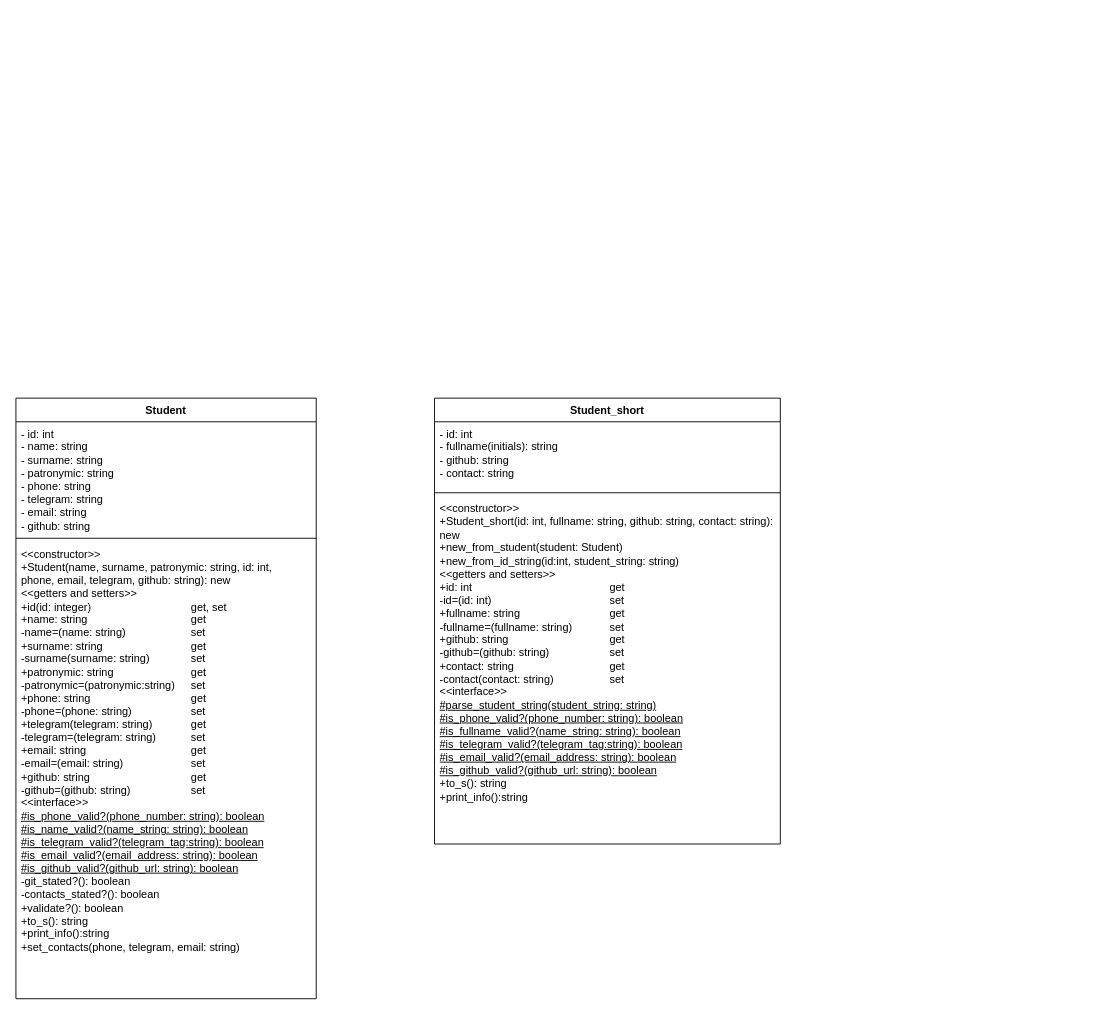
Earlier version of the draw.io diagram Lab-2 - Kernel_classes_and_models/Диаграмма_классов.drawio (SerenityFlaim/Design-Patterns). Source tidied: cells renumbered, new cells numbered last; positions are measured from the earlier drawing's top-left corner, leaving out a move shared by most shapes. Both pictures are drawn from the tidied source at 91%, with x=0, y=0 at pixel (15, 398).
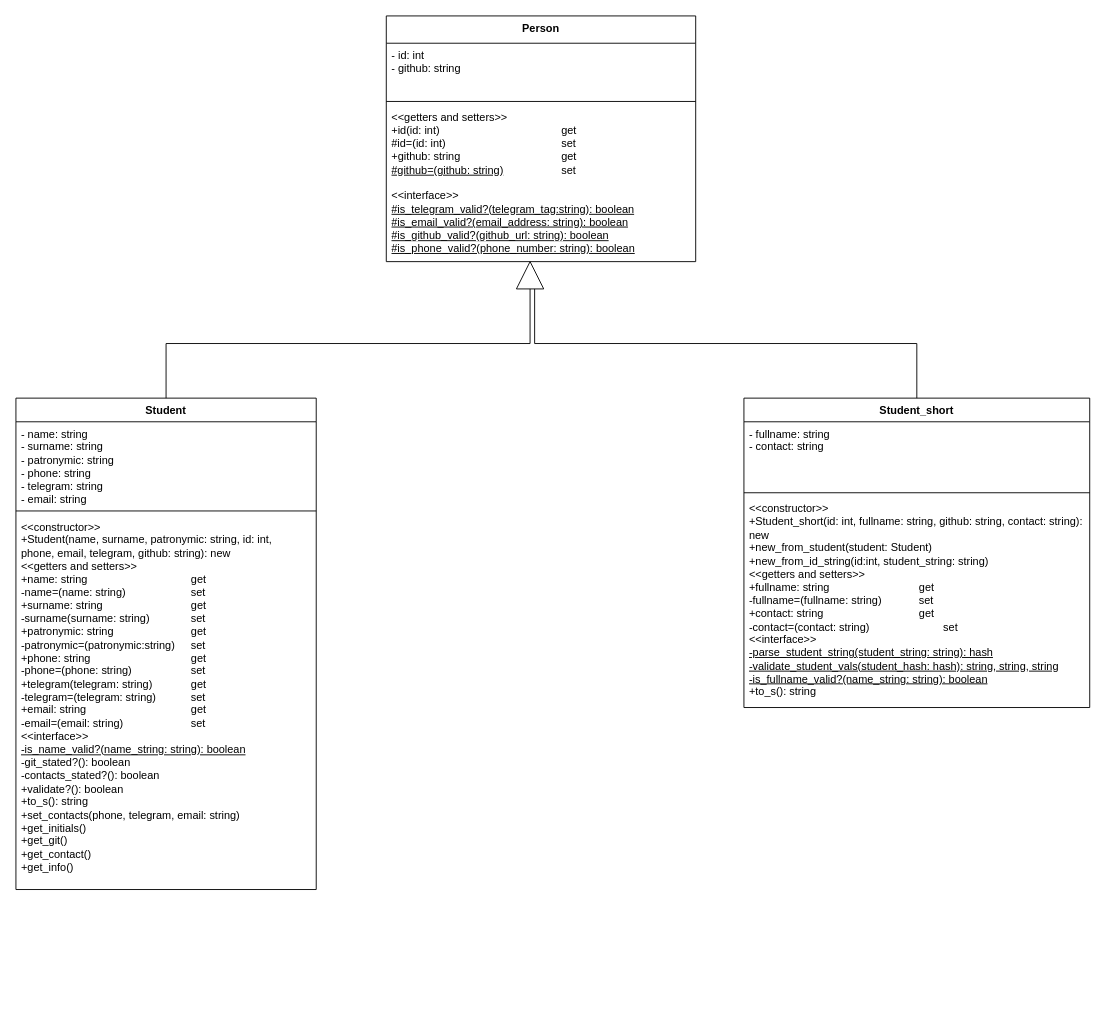
The same page after the edit.

Commit message (it also covers changes not shown here):
task_2.5 - global code refactoring via Person superclass + diagrams updated

Diff of the diagram source:
```diff
@@
 <mxGraphModel>
   <root>
     <mxCell id="0" />
     <mxCell id="1" parent="0" />
     <mxCell id="2" value="Student" style="swimlane;fontStyle=1;align=center;verticalAlign=top;horizontal=1;startSize=26;whiteSpace=wrap;html=1;" parent="1" vertex="1">
-      <mxGeometry width="330" height="660" as="geometry" />
+      <mxGeometry width="330" height="540" as="geometry" />
     </mxCell>
-    <mxCell id="3" value="- id: int&lt;div&gt;- name: string&lt;/div&gt;&lt;div&gt;- surname: string&lt;/div&gt;&lt;div&gt;- patronymic: string&lt;/div&gt;&lt;div&gt;- phone: string&lt;/div&gt;&lt;div&gt;- telegram: string&lt;/div&gt;&lt;div&gt;- email: string&lt;/div&gt;&lt;div&gt;- github: string&lt;/div&gt;" style="text;strokeColor=none;fillColor=none;align=left;verticalAlign=top;spacingLeft=4;spacingRight=4;overflow=hidden;whiteSpace=wrap;html=1;" parent="2" vertex="1">
-      <mxGeometry y="26" width="330" height="124" as="geometry" />
+    <mxCell id="3" value="&lt;div&gt;- name: string&lt;/div&gt;&lt;div&gt;- surname: string&lt;/div&gt;&lt;div&gt;- patronymic: string&lt;/div&gt;&lt;div&gt;- phone: string&lt;/div&gt;&lt;div&gt;- telegram: string&lt;/div&gt;&lt;div&gt;- email: string&lt;/div&gt;" style="text;strokeColor=none;fillColor=none;align=left;verticalAlign=top;spacingLeft=4;spacingRight=4;overflow=hidden;whiteSpace=wrap;html=1;" parent="2" vertex="1">
+      <mxGeometry y="26" width="330" height="94" as="geometry" />
     </mxCell>
     <mxCell id="4" style="line;strokeWidth=1;fillColor=none;align=left;verticalAlign=middle;spacingTop=-1;spacingLeft=3;spacingRight=3;labelPosition=right;strokeColor=inherit;" parent="2" vertex="1">
-      <mxGeometry y="150" width="330" height="8" as="geometry" />
+      <mxGeometry y="120" width="330" height="8" as="geometry" />
     </mxCell>
-    <mxCell id="5" value="&amp;lt;&amp;lt;constructor&amp;gt;&amp;gt;&lt;div&gt;+Student(name, surname, patronymic: string, id: int,&amp;nbsp;&lt;/div&gt;&lt;div&gt;phone, email, telegram, github: string): new&lt;/div&gt;&lt;div&gt;&amp;lt;&amp;lt;getters and setters&amp;gt;&amp;gt;&lt;/div&gt;&lt;div&gt;+id(id: integer)&lt;span style=&quot;white-space: pre;&quot;&gt;&#9;&lt;/span&gt;&lt;span style=&quot;white-space: pre;&quot;&gt;&#9;&lt;span style=&quot;white-space: pre;&quot;&gt;&#9;&lt;/span&gt;&lt;span style=&quot;white-space: pre;&quot;&gt;&#9;&lt;span style=&quot;white-space: pre;&quot;&gt;&#9;&lt;/span&gt;&lt;/span&gt;&lt;/span&gt;get, set&lt;/div&gt;&lt;div&gt;+name: string&lt;span style=&quot;white-space: pre;&quot;&gt;&#9;&lt;/span&gt;&lt;span style=&quot;white-space: pre;&quot;&gt;&#9;&lt;span style=&quot;white-space: pre;&quot;&gt;&#9;&lt;/span&gt;&lt;span style=&quot;white-space: pre;&quot;&gt;&#9;&lt;span style=&quot;white-space: pre;&quot;&gt;&#9;&lt;/span&gt;&lt;/span&gt;&lt;/span&gt;get&lt;/div&gt;&lt;div&gt;-name=(name: string)&lt;span style=&quot;white-space: pre;&quot;&gt;&#9;&lt;/span&gt;&lt;span style=&quot;white-space: pre;&quot;&gt;&#9;&lt;span style=&quot;white-space: pre;&quot;&gt;&#9;&lt;/span&gt;&lt;/span&gt;set&lt;/div&gt;&lt;div&gt;+surname: string&lt;span style=&quot;white-space: pre;&quot;&gt;&#9;&lt;/span&gt;&lt;span style=&quot;white-space: pre;&quot;&gt;&#9;&lt;/span&gt;&lt;span style=&quot;white-space: pre;&quot;&gt;&#9;&lt;span style=&quot;white-space: pre;&quot;&gt;&#9;&lt;/span&gt;&lt;/span&gt;get&lt;/div&gt;&lt;div&gt;-surname(surname: string)&lt;span style=&quot;white-space: pre;&quot;&gt;&#9;&lt;span style=&quot;white-space: pre;&quot;&gt;&#9;&lt;/span&gt;&lt;/span&gt;set&lt;/div&gt;&lt;div&gt;+patronymic: string&lt;span style=&quot;white-space: pre;&quot;&gt;&#9;&lt;/span&gt;&lt;span style=&quot;white-space: pre;&quot;&gt;&#9;&lt;/span&gt;&lt;span style=&quot;white-space: pre;&quot;&gt;&#9;&lt;span style=&quot;white-space: pre;&quot;&gt;&#9;&lt;/span&gt;&lt;/span&gt;get&lt;/div&gt;&lt;div&gt;-patronymic=(patronymic:string)&lt;span style=&quot;white-space: pre;&quot;&gt;&#9;&lt;/span&gt;set&lt;/div&gt;&lt;div&gt;+phone: string&lt;span style=&quot;white-space: pre;&quot;&gt;&#9;&lt;/span&gt;&lt;span style=&quot;white-space: pre;&quot;&gt;&#9;&lt;/span&gt;&lt;span style=&quot;white-space: pre;&quot;&gt;&#9;&lt;/span&gt;&lt;span style=&quot;white-space: pre;&quot;&gt;&#9;&lt;/span&gt;&lt;span style=&quot;white-space: pre;&quot;&gt;&#9;&lt;/span&gt;get&lt;/div&gt;&lt;div&gt;-phone=(phone: string)&lt;span style=&quot;white-space: pre;&quot;&gt;&#9;&lt;/span&gt;&lt;span style=&quot;white-space: pre;&quot;&gt;&#9;&lt;/span&gt;&lt;span style=&quot;white-space: pre;&quot;&gt;&#9;&lt;/span&gt;set&lt;/div&gt;&lt;div&gt;+telegram(telegram: string)&lt;span style=&quot;white-space: pre;&quot;&gt;&#9;&lt;/span&gt;&lt;span style=&quot;white-space: pre;&quot;&gt;&#9;&lt;/span&gt;get&lt;/div&gt;&lt;div&gt;-telegram=(telegram: string)&lt;span style=&quot;white-space: pre;&quot;&gt;&#9;&lt;/span&gt;&lt;span style=&quot;white-space: pre;&quot;&gt;&#9;&lt;/span&gt;set&lt;/div&gt;&lt;div&gt;+email: string&lt;span style=&quot;white-space: pre;&quot;&gt;&#9;&lt;/span&gt;&lt;span style=&quot;white-space: pre;&quot;&gt;&#9;&lt;/span&gt;&lt;span style=&quot;white-space: pre;&quot;&gt;&#9;&lt;/span&gt;&lt;span style=&quot;white-space: pre;&quot;&gt;&#9;&lt;/span&gt;&lt;span style=&quot;white-space: pre;&quot;&gt;&#9;&lt;/span&gt;get&lt;/div&gt;&lt;div&gt;-email=(email: string)&lt;span style=&quot;white-space: pre;&quot;&gt;&#9;&lt;/span&gt;&lt;span style=&quot;white-space: pre;&quot;&gt;&#9;&lt;/span&gt;&lt;span style=&quot;white-space: pre;&quot;&gt;&#9;&lt;/span&gt;set&lt;/div&gt;&lt;div&gt;+github: string&lt;span style=&quot;white-space: pre;&quot;&gt;&#9;&lt;/span&gt;&lt;span style=&quot;white-space: pre;&quot;&gt;&#9;&lt;/span&gt;&lt;span style=&quot;white-space: pre;&quot;&gt;&#9;&lt;/span&gt;&lt;span style=&quot;white-space: pre;&quot;&gt;&#9;&lt;/span&gt;&lt;span style=&quot;white-space: pre;&quot;&gt;&#9;&lt;/span&gt;get&lt;/div&gt;&lt;div&gt;-github=(github: string)&lt;span style=&quot;white-space: pre;&quot;&gt;&#9;&lt;/span&gt;&lt;span style=&quot;white-space: pre;&quot;&gt;&#9;&lt;/span&gt;&lt;span style=&quot;white-space: pre;&quot;&gt;&#9;&lt;/span&gt;set&lt;/div&gt;&lt;div&gt;&amp;lt;&amp;lt;interface&amp;gt;&amp;gt;&lt;/div&gt;&lt;div&gt;&lt;u&gt;#is_phone_valid?(phone_number: string): boolean&lt;/u&gt;&lt;/div&gt;&lt;div&gt;&lt;u&gt;#is_name_valid?(name_string: string): boolean&lt;/u&gt;&lt;/div&gt;&lt;div&gt;&lt;u&gt;#is_telegram_valid?(telegram_tag:string): boolean&lt;/u&gt;&lt;/div&gt;&lt;div&gt;&lt;u&gt;#is_email_valid?(email_address: string): boolean&lt;/u&gt;&lt;/div&gt;&lt;div&gt;&lt;u&gt;#is_github_valid?(github_url: string): boolean&lt;/u&gt;&lt;/div&gt;&lt;div&gt;-git_stated?(): boolean&lt;/div&gt;&lt;div&gt;-contacts_stated?(): boolean&lt;/div&gt;&lt;div&gt;+validate?(): boolean&lt;/div&gt;&lt;div&gt;+to_s(): string&lt;/div&gt;&lt;div&gt;+print_info():string&lt;/div&gt;&lt;div&gt;+set_contacts(phone, telegram, email: string)&lt;/div&gt;&lt;div&gt;&amp;nbsp;&lt;/div&gt;" style="text;strokeColor=none;fillColor=none;align=left;verticalAlign=top;spacingLeft=4;spacingRight=4;overflow=hidden;whiteSpace=wrap;html=1;" parent="2" vertex="1">
-      <mxGeometry y="158" width="330" height="502" as="geometry" />
+    <mxCell id="5" value="&amp;lt;&amp;lt;constructor&amp;gt;&amp;gt;&lt;div&gt;+Student(name, surname, patronymic: string, id: int,&amp;nbsp;&lt;/div&gt;&lt;div&gt;phone, email, telegram, github: string): new&lt;/div&gt;&lt;div&gt;&amp;lt;&amp;lt;getters and setters&amp;gt;&amp;gt;&lt;/div&gt;&lt;div&gt;+name: string&lt;span style=&quot;white-space: pre;&quot;&gt;&#9;&lt;/span&gt;&lt;span style=&quot;white-space: pre;&quot;&gt;&#9;&lt;span style=&quot;white-space: pre;&quot;&gt;&#9;&lt;/span&gt;&lt;span style=&quot;white-space: pre;&quot;&gt;&#9;&lt;span style=&quot;white-space: pre;&quot;&gt;&#9;&lt;/span&gt;&lt;/span&gt;&lt;/span&gt;get&lt;/div&gt;&lt;div&gt;-name=(name: string)&lt;span style=&quot;white-space: pre;&quot;&gt;&#9;&lt;/span&gt;&lt;span style=&quot;white-space: pre;&quot;&gt;&#9;&lt;span style=&quot;white-space: pre;&quot;&gt;&#9;&lt;/span&gt;&lt;/span&gt;set&lt;/div&gt;&lt;div&gt;+surname: string&lt;span style=&quot;white-space: pre;&quot;&gt;&#9;&lt;/span&gt;&lt;span style=&quot;white-space: pre;&quot;&gt;&#9;&lt;/span&gt;&lt;span style=&quot;white-space: pre;&quot;&gt;&#9;&lt;span style=&quot;white-space: pre;&quot;&gt;&#9;&lt;/span&gt;&lt;/span&gt;get&lt;/div&gt;&lt;div&gt;-surname(surname: string)&lt;span style=&quot;white-space: pre;&quot;&gt;&#9;&lt;span style=&quot;white-space: pre;&quot;&gt;&#9;&lt;/span&gt;&lt;/span&gt;set&lt;/div&gt;&lt;div&gt;+patronymic: string&lt;span style=&quot;white-space: pre;&quot;&gt;&#9;&lt;/span&gt;&lt;span style=&quot;white-space: pre;&quot;&gt;&#9;&lt;/span&gt;&lt;span style=&quot;white-space: pre;&quot;&gt;&#9;&lt;span style=&quot;white-space: pre;&quot;&gt;&#9;&lt;/span&gt;&lt;/span&gt;get&lt;/div&gt;&lt;div&gt;-patronymic=(patronymic:string)&lt;span style=&quot;white-space: pre;&quot;&gt;&#9;&lt;/span&gt;set&lt;/div&gt;&lt;div&gt;+phone: string&lt;span style=&quot;white-space: pre;&quot;&gt;&#9;&lt;/span&gt;&lt;span style=&quot;white-space: pre;&quot;&gt;&#9;&lt;/span&gt;&lt;span style=&quot;white-space: pre;&quot;&gt;&#9;&lt;/span&gt;&lt;span style=&quot;white-space: pre;&quot;&gt;&#9;&lt;/span&gt;&lt;span style=&quot;white-space: pre;&quot;&gt;&#9;&lt;/span&gt;get&lt;/div&gt;&lt;div&gt;-phone=(phone: string)&lt;span style=&quot;white-space: pre;&quot;&gt;&#9;&lt;/span&gt;&lt;span style=&quot;white-space: pre;&quot;&gt;&#9;&lt;/span&gt;&lt;span style=&quot;white-space: pre;&quot;&gt;&#9;&lt;/span&gt;set&lt;/div&gt;&lt;div&gt;+telegram(telegram: string)&lt;span style=&quot;white-space: pre;&quot;&gt;&#9;&lt;/span&gt;&lt;span style=&quot;white-space: pre;&quot;&gt;&#9;&lt;/span&gt;get&lt;/div&gt;&lt;div&gt;-telegram=(telegram: string)&lt;span style=&quot;white-space: pre;&quot;&gt;&#9;&lt;/span&gt;&lt;span style=&quot;white-space: pre;&quot;&gt;&#9;&lt;/span&gt;set&lt;/div&gt;&lt;div&gt;+email: string&lt;span style=&quot;white-space: pre;&quot;&gt;&#9;&lt;/span&gt;&lt;span style=&quot;white-space: pre;&quot;&gt;&#9;&lt;/span&gt;&lt;span style=&quot;white-space: pre;&quot;&gt;&#9;&lt;/span&gt;&lt;span style=&quot;white-space: pre;&quot;&gt;&#9;&lt;/span&gt;&lt;span style=&quot;white-space: pre;&quot;&gt;&#9;&lt;/span&gt;get&lt;/div&gt;&lt;div&gt;-email=(email: string)&lt;span style=&quot;white-space: pre;&quot;&gt;&#9;&lt;/span&gt;&lt;span style=&quot;white-space: pre;&quot;&gt;&#9;&lt;/span&gt;&lt;span style=&quot;white-space: pre;&quot;&gt;&#9;&lt;/span&gt;set&lt;/div&gt;&lt;div&gt;&amp;lt;&amp;lt;interface&amp;gt;&amp;gt;&lt;/div&gt;&lt;div&gt;&lt;u&gt;-is_name_valid?(name_string: string): boolean&lt;/u&gt;&lt;/div&gt;&lt;div&gt;-git_stated?(): boolean&lt;/div&gt;&lt;div&gt;-contacts_stated?(): boolean&lt;/div&gt;&lt;div&gt;+validate?(): boolean&lt;/div&gt;&lt;div&gt;+to_s(): string&lt;/div&gt;&lt;div&gt;+set_contacts(phone, telegram, email: string)&lt;/div&gt;&lt;div&gt;+get_initials()&lt;/div&gt;&lt;div&gt;+get_git()&lt;/div&gt;&lt;div&gt;+get_contact()&lt;/div&gt;&lt;div&gt;+get_info()&lt;/div&gt;" style="text;strokeColor=none;fillColor=none;align=left;verticalAlign=top;spacingLeft=4;spacingRight=4;overflow=hidden;whiteSpace=wrap;html=1;" parent="2" vertex="1">
+      <mxGeometry y="128" width="330" height="412" as="geometry" />
     </mxCell>
     <mxCell id="6" value="Student_short" style="swimlane;fontStyle=1;align=center;verticalAlign=top;horizontal=1;startSize=26;whiteSpace=wrap;html=1;" parent="1" vertex="1">
-      <mxGeometry x="460" width="380" height="490" as="geometry" />
+      <mxGeometry x="800" width="380" height="340" as="geometry" />
     </mxCell>
-    <mxCell id="7" value="- id: int&lt;div&gt;- fullname(initials): string&lt;/div&gt;&lt;div&gt;- github: string&lt;/div&gt;&lt;div&gt;- contact: string&lt;/div&gt;" style="text;strokeColor=none;fillColor=none;align=left;verticalAlign=top;spacingLeft=4;spacingRight=4;overflow=hidden;whiteSpace=wrap;html=1;" parent="6" vertex="1">
+    <mxCell id="7" value="&lt;div&gt;- fullname: string&lt;/div&gt;&lt;div&gt;&lt;span style=&quot;background-color: initial;&quot;&gt;- contact: string&lt;/span&gt;&lt;br&gt;&lt;/div&gt;" style="text;strokeColor=none;fillColor=none;align=left;verticalAlign=top;spacingLeft=4;spacingRight=4;overflow=hidden;whiteSpace=wrap;html=1;" parent="6" vertex="1">
       <mxGeometry y="26" width="380" height="74" as="geometry" />
     </mxCell>
     <mxCell id="8" style="line;strokeWidth=1;fillColor=none;align=left;verticalAlign=middle;spacingTop=-1;spacingLeft=3;spacingRight=3;labelPosition=right;strokeColor=inherit;" parent="6" vertex="1">
       <mxGeometry y="100" width="380" height="8" as="geometry" />
     </mxCell>
-    <mxCell id="9" value="&lt;div&gt;&amp;lt;&amp;lt;constructor&amp;gt;&amp;gt;&lt;/div&gt;&lt;div&gt;+Student_short(id: int, fullname: string, github: string, contact: string): new&lt;/div&gt;&lt;div&gt;+new_from_student(student: Student)&lt;/div&gt;&lt;div&gt;+new_from_id_string(id:int, student_string: string)&lt;/div&gt;&amp;lt;&amp;lt;getters and setters&amp;gt;&amp;gt;&lt;div&gt;+id: int&amp;nbsp;&lt;span style=&quot;white-space: pre;&quot;&gt;&#9;&lt;/span&gt;&lt;span style=&quot;white-space: pre;&quot;&gt;&#9;&lt;span style=&quot;white-space: pre;&quot;&gt;&#9;&lt;span style=&quot;white-space: pre;&quot;&gt;&#9;&lt;span style=&quot;white-space: pre;&quot;&gt;&#9;&lt;/span&gt;&lt;span style=&quot;white-space: pre;&quot;&gt;&#9;&lt;/span&gt;&lt;/span&gt;&lt;/span&gt;get&lt;/span&gt;&lt;/div&gt;&lt;div&gt;-id=(id: int)&lt;span style=&quot;white-space: pre;&quot;&gt;&#9;&lt;/span&gt;&lt;span style=&quot;white-space: pre;&quot;&gt;&#9;&lt;span style=&quot;white-space: pre;&quot;&gt;&#9;&lt;span style=&quot;white-space: pre;&quot;&gt;&#9;&lt;/span&gt;&lt;span style=&quot;white-space: pre;&quot;&gt;&#9;&lt;/span&gt;&lt;/span&gt;&lt;/span&gt;set&lt;/div&gt;&lt;div&gt;+fullname: string&lt;span style=&quot;white-space: pre;&quot;&gt;&#9;&lt;span style=&quot;white-space: pre;&quot;&gt;&#9;&lt;span style=&quot;white-space: pre;&quot;&gt;&#9;&lt;/span&gt;&lt;span style=&quot;white-space: pre;&quot;&gt;&#9;&lt;/span&gt;&lt;/span&gt;&lt;/span&gt;get&lt;/div&gt;&lt;div&gt;-fullname=(fullname: string)&lt;span style=&quot;white-space: pre;&quot;&gt;&#9;&lt;/span&gt;&lt;span style=&quot;white-space: pre;&quot;&gt;&#9;&lt;/span&gt;set&lt;/div&gt;&lt;div&gt;&lt;div&gt;+github: string&lt;span style=&quot;white-space: pre;&quot;&gt;&#9;&lt;/span&gt;&lt;span style=&quot;white-space: pre;&quot;&gt;&#9;&lt;/span&gt;&lt;span style=&quot;white-space: pre;&quot;&gt;&#9;&lt;/span&gt;&lt;span style=&quot;white-space: pre;&quot;&gt;&#9;&lt;/span&gt;&lt;span style=&quot;white-space: pre;&quot;&gt;&#9;&lt;/span&gt;get&lt;/div&gt;&lt;div&gt;-github=(github: string)&lt;span style=&quot;white-space: pre;&quot;&gt;&#9;&lt;/span&gt;&lt;span style=&quot;white-space: pre;&quot;&gt;&#9;&lt;/span&gt;&lt;span style=&quot;white-space: pre;&quot;&gt;&#9;&lt;/span&gt;set&lt;/div&gt;&lt;div&gt;+contact: string&lt;span style=&quot;white-space: pre;&quot;&gt;&#9;&lt;/span&gt;&lt;span style=&quot;white-space: pre;&quot;&gt;&#9;&lt;/span&gt;&lt;span style=&quot;white-space: pre;&quot;&gt;&#9;&lt;/span&gt;&lt;span style=&quot;white-space: pre;&quot;&gt;&#9;&lt;/span&gt;get&lt;/div&gt;&lt;div&gt;-contact(contact: string)&lt;span style=&quot;white-space: pre;&quot;&gt;&#9;&lt;/span&gt;&lt;span style=&quot;white-space: pre;&quot;&gt;&#9;&lt;/span&gt;&lt;span style=&quot;white-space: pre;&quot;&gt;&#9;&lt;/span&gt;set&lt;/div&gt;&lt;div&gt;&amp;lt;&amp;lt;interface&amp;gt;&amp;gt;&lt;/div&gt;&lt;/div&gt;&lt;div&gt;&lt;u&gt;#parse_student_string(student_string: string)&lt;/u&gt;&lt;/div&gt;&lt;div&gt;&lt;div&gt;&lt;u&gt;#is_phone_valid?(phone_number: string): boolean&lt;/u&gt;&lt;/div&gt;&lt;div&gt;&lt;u&gt;#is_fullname_valid?(name_string: string): boolean&lt;/u&gt;&lt;/div&gt;&lt;div&gt;&lt;u&gt;#is_telegram_valid?(telegram_tag:string): boolean&lt;/u&gt;&lt;/div&gt;&lt;div&gt;&lt;u&gt;#is_email_valid?(email_address: string): boolean&lt;/u&gt;&lt;/div&gt;&lt;div&gt;&lt;u&gt;#is_github_valid?(github_url: string): boolean&lt;/u&gt;&lt;/div&gt;&lt;/div&gt;&lt;div&gt;&lt;div&gt;+to_s(): string&lt;/div&gt;&lt;div&gt;+print_info():string&lt;/div&gt;&lt;/div&gt;&lt;div&gt;&lt;br&gt;&lt;/div&gt;" style="text;strokeColor=none;fillColor=none;align=left;verticalAlign=top;spacingLeft=4;spacingRight=4;overflow=hidden;whiteSpace=wrap;html=1;" parent="6" vertex="1">
-      <mxGeometry y="108" width="380" height="382" as="geometry" />
+    <mxCell id="9" value="&lt;div&gt;&amp;lt;&amp;lt;constructor&amp;gt;&amp;gt;&lt;/div&gt;&lt;div&gt;+Student_short(id: int, fullname: string, github: string, contact: string): new&lt;/div&gt;&lt;div&gt;+new_from_student(student: Student)&lt;/div&gt;&lt;div&gt;+new_from_id_string(id:int, student_string: string)&lt;/div&gt;&amp;lt;&amp;lt;getters and setters&amp;gt;&amp;gt;&lt;div&gt;+fullname: string&lt;span style=&quot;white-space: pre;&quot;&gt;&#9;&lt;span style=&quot;white-space: pre;&quot;&gt;&#9;&lt;span style=&quot;white-space: pre;&quot;&gt;&#9;&lt;/span&gt;&lt;span style=&quot;white-space: pre;&quot;&gt;&#9;&lt;/span&gt;&lt;/span&gt;&lt;/span&gt;get&lt;/div&gt;&lt;div&gt;-fullname=(fullname: string)&lt;span style=&quot;white-space: pre;&quot;&gt;&#9;&lt;/span&gt;&lt;span style=&quot;white-space: pre;&quot;&gt;&#9;&lt;/span&gt;set&lt;/div&gt;&lt;div&gt;&lt;div&gt;+contact: string&lt;span style=&quot;white-space: pre;&quot;&gt;&#9;&lt;/span&gt;&lt;span style=&quot;white-space: pre;&quot;&gt;&#9;&lt;/span&gt;&lt;span style=&quot;white-space: pre;&quot;&gt;&#9;&lt;/span&gt;&lt;span style=&quot;white-space: pre;&quot;&gt;&#9;&lt;/span&gt;get&lt;/div&gt;&lt;div&gt;-contact=(contact: string)&lt;span style=&quot;white-space: pre;&quot;&gt;&#9;&lt;/span&gt;&lt;span style=&quot;white-space: pre;&quot;&gt;&#9;&lt;/span&gt;&lt;span style=&quot;white-space: pre;&quot;&gt;&#9;&lt;/span&gt;set&lt;/div&gt;&lt;div&gt;&amp;lt;&amp;lt;interface&amp;gt;&amp;gt;&lt;/div&gt;&lt;/div&gt;&lt;div&gt;&lt;u&gt;-parse_student_string(student_string: string): hash&lt;/u&gt;&lt;/div&gt;&lt;div&gt;&lt;u&gt;-validate_student_vals(student_hash: hash): string, string, string&lt;/u&gt;&lt;/div&gt;&lt;div&gt;&lt;div&gt;&lt;u&gt;-is_fullname_valid?(name_string: string): boolean&lt;/u&gt;&lt;/div&gt;&lt;div&gt;&lt;span style=&quot;background-color: initial;&quot;&gt;+to_s(): string&lt;/span&gt;&lt;br&gt;&lt;/div&gt;&lt;/div&gt;&lt;div&gt;&lt;br&gt;&lt;/div&gt;" style="text;strokeColor=none;fillColor=none;align=left;verticalAlign=top;spacingLeft=4;spacingRight=4;overflow=hidden;whiteSpace=wrap;html=1;" parent="6" vertex="1">
+      <mxGeometry y="108" width="380" height="232" as="geometry" />
     </mxCell>
+    <mxCell id="10" value="Person" style="swimlane;fontStyle=1;align=center;verticalAlign=top;horizontal=1;startSize=30;whiteSpace=wrap;html=1;" parent="1" vertex="1">
+      <mxGeometry x="407" y="-420" width="340" height="270" as="geometry" />
+    </mxCell>
+    <mxCell id="11" value="- id: int&lt;div&gt;- github: string&lt;/div&gt;" style="text;strokeColor=none;fillColor=none;align=left;verticalAlign=top;spacingLeft=4;spacingRight=4;overflow=hidden;whiteSpace=wrap;html=1;" parent="10" vertex="1">
+      <mxGeometry y="30" width="340" height="60" as="geometry" />
+    </mxCell>
+    <mxCell id="12" style="line;strokeWidth=1;fillColor=none;align=left;verticalAlign=middle;spacingTop=-1;spacingLeft=3;spacingRight=3;labelPosition=right;strokeColor=inherit;" parent="10" vertex="1">
+      <mxGeometry y="90" width="340" height="8" as="geometry" />
+    </mxCell>
+    <mxCell id="13" value="&amp;lt;&amp;lt;getters and setters&amp;gt;&amp;gt;&lt;div&gt;+id(id: int)&lt;span style=&quot;white-space: pre;&quot;&gt;&#9;&lt;/span&gt;&lt;span style=&quot;white-space: pre;&quot;&gt;&#9;&lt;/span&gt;&lt;span style=&quot;white-space: pre;&quot;&gt;&#9;&lt;span style=&quot;white-space: pre;&quot;&gt;&#9;&lt;span style=&quot;white-space: pre;&quot;&gt;&#9;&lt;/span&gt;&lt;/span&gt;get&lt;/span&gt;&lt;/div&gt;&lt;div&gt;#id=(id: int)&lt;span style=&quot;white-space: pre;&quot;&gt;&#9;&lt;/span&gt;&lt;span style=&quot;white-space: pre;&quot;&gt;&#9;&lt;/span&gt;&lt;span style=&quot;white-space: pre;&quot;&gt;&#9;&lt;/span&gt;&lt;span style=&quot;white-space: pre;&quot;&gt;&#9;&lt;/span&gt;&lt;span style=&quot;white-space: pre;&quot;&gt;&#9;&lt;/span&gt;set&lt;span style=&quot;white-space: pre;&quot;&gt;&#9;&lt;/span&gt;&lt;span style=&quot;white-space: pre;&quot;&gt;&#9;&lt;/span&gt;&lt;span style=&quot;white-space: pre;&quot;&gt;&#9;&lt;/span&gt;&lt;span style=&quot;white-space: pre;&quot;&gt;&#9;&lt;/span&gt;&lt;/div&gt;&lt;div&gt;&lt;div&gt;+github: string&lt;span style=&quot;white-space: pre;&quot;&gt;&#9;&lt;/span&gt;&lt;span style=&quot;white-space: pre;&quot;&gt;&#9;&lt;/span&gt;&lt;span style=&quot;white-space: pre;&quot;&gt;&#9;&lt;/span&gt;&lt;span style=&quot;white-space: pre;&quot;&gt;&#9;&lt;/span&gt;&lt;span style=&quot;white-space: pre;&quot;&gt;&#9;&lt;/span&gt;get&lt;/div&gt;&lt;div&gt;&lt;u&gt;#github=(github: string)&lt;/u&gt;&lt;span style=&quot;white-space: pre;&quot;&gt;&#9;&lt;/span&gt;&lt;span style=&quot;white-space: pre;&quot;&gt;&#9;&lt;/span&gt;&lt;span style=&quot;white-space: pre;&quot;&gt;&#9;&lt;/span&gt;set&lt;/div&gt;&lt;/div&gt;&lt;div&gt;&lt;br&gt;&lt;/div&gt;&lt;div&gt;&amp;lt;&amp;lt;interface&amp;gt;&amp;gt;&lt;/div&gt;&lt;div&gt;&lt;div&gt;&lt;div&gt;&lt;u&gt;#is_telegram_valid?(telegram_tag:string): boolean&lt;/u&gt;&lt;/div&gt;&lt;div&gt;&lt;u&gt;#is_email_valid?(email_address: string): boolean&lt;/u&gt;&lt;/div&gt;&lt;div&gt;&lt;u&gt;#is_github_valid?(github_url: string): boolean&lt;/u&gt;&lt;/div&gt;&lt;/div&gt;&lt;div&gt;&lt;u&gt;#is_phone_valid?(phone_number: string): boolean&lt;/u&gt;&lt;u&gt;&lt;br&gt;&lt;/u&gt;&lt;/div&gt;&lt;div&gt;&lt;/div&gt;&lt;/div&gt;" style="text;strokeColor=none;fillColor=none;align=left;verticalAlign=top;spacingLeft=4;spacingRight=4;overflow=hidden;whiteSpace=wrap;html=1;" parent="10" vertex="1">
+      <mxGeometry y="98" width="340" height="172" as="geometry" />
+    </mxCell>
+    <mxCell id="14" style="triangle;whiteSpace=wrap;html=1;rotation=-90;" parent="1" vertex="1">
+      <mxGeometry x="550" y="-150" width="30" height="30" as="geometry" />
+    </mxCell>
+    <mxCell id="15" style="edgeStyle=elbowEdgeStyle;elbow=vertical;endArrow=none;html=1;curved=0;rounded=0;entryX=0;entryY=0.5;entryDx=0;entryDy=0;endFill=0;" parent="1" edge="1" source="2" target="14">
+      <mxGeometry relative="1" as="geometry" />
+    </mxCell>
+    <mxCell id="16" style="edgeStyle=elbowEdgeStyle;elbow=vertical;endArrow=none;html=1;curved=0;rounded=0;endSize=8;startSize=8;endFill=0;" parent="1" edge="1" source="6">
+      <mxGeometry relative="1" as="geometry">
+        <mxPoint x="570" y="-120" as="targetPoint" />
+      </mxGeometry>
+    </mxCell>
   </root>
 </mxGraphModel>
```
